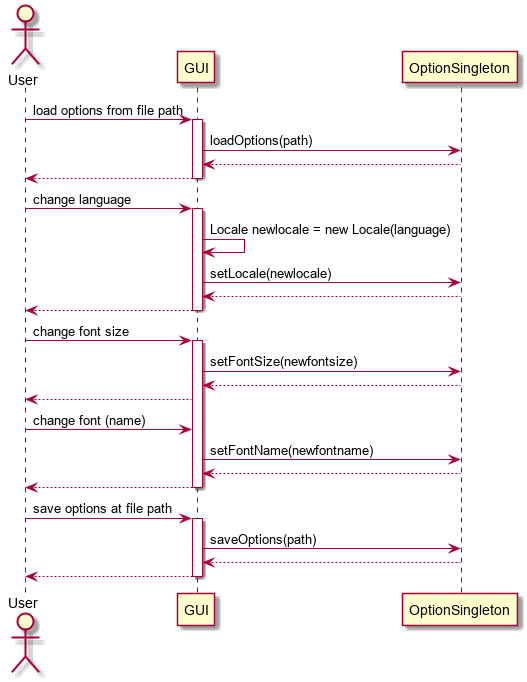
osl2/DAQ-Documents keeps this PlantUML diagram as 2-Entwurf/Diagramme/OptionsSequenceDiagram.png. Above is the earlier version.
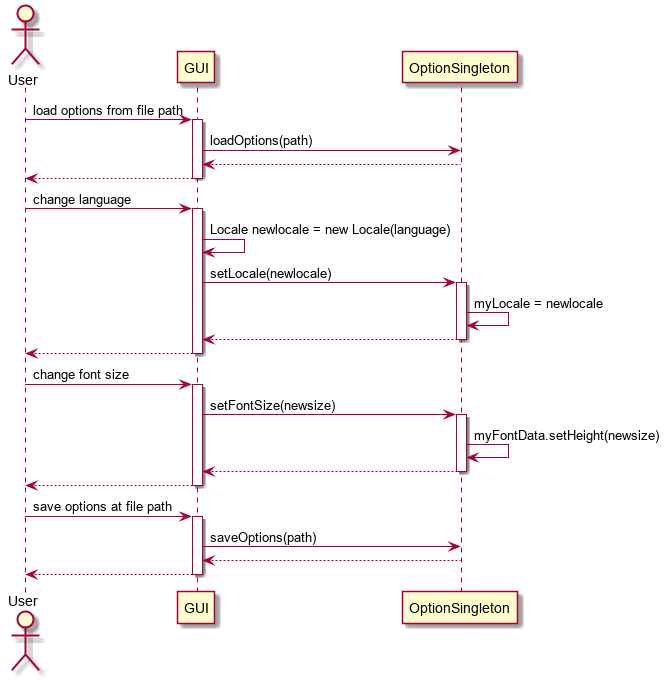
After the change.

What changed in the source:
```diff
@@ -13,18 +13,20 @@
 activate GUI
 GUI -> GUI : Locale newlocale = new Locale(language)
 GUI -> OptionSingleton : setLocale(newlocale)
+activate OptionSingleton
+OptionSingleton -> OptionSingleton : myLocale = newlocale
 GUI <-- OptionSingleton
+deactivate OptionSingleton
 User <-- GUI
 deactivate GUI
 
 User -> GUI : change font size
 activate GUI
-GUI -> OptionSingleton : setFontSize(newfontsize)
+GUI -> OptionSingleton : setFontSize(newsize)
+activate OptionSingleton
+OptionSingleton -> OptionSingleton : myFontData.setHeight(newsize)
 GUI <-- OptionSingleton
-User <-- GUI
-User -> GUI : change font (name)
-GUI -> OptionSingleton : setFontName(newfontname)
-GUI <-- OptionSingleton
+deactivate OptionSingleton
 User <-- GUI
 deactivate GUI
 
```
